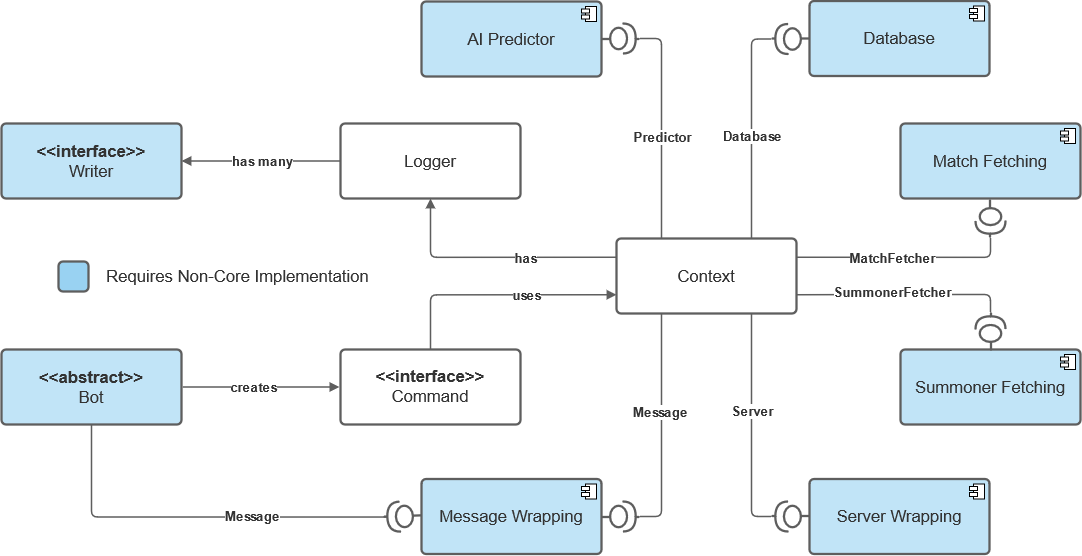
Before: docs/img/components.png, a diagram exported from draw.io (ajoscram/Jupi-Zordon-3400). Source tidied: cells renumbered, new cells last; positions are measured from the earlier drawing's top-left corner, leaving out a move shared by most shapes.
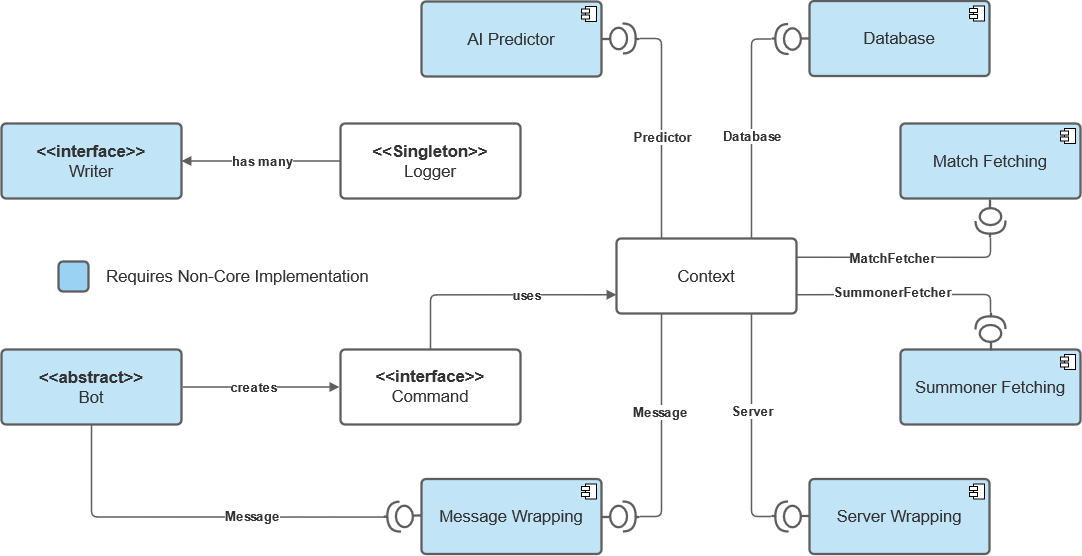
After the commit.

Commit message:
Changed Logger to an abstract singleton-like class

The edit, as a diff of the source:
```diff
@@ -232,21 +232,9 @@
     <mxCell id="64" style="line;whiteSpace=wrap;fontSize=13;spacing=0;strokeColor=#5e5e5e;strokeOpacity=100;rounded=1;absoluteArcSize=1;arcSize=9;rotation=-182;strokeWidth=2.3;" parent="61" vertex="1">
       <mxGeometry x="0.9" y="0.5" width="3.8" height="1" relative="1" as="geometry" />
     </mxCell>
-    <mxCell id="65" value="Logger" style="html=1;overflow=block;blockSpacing=1;whiteSpace=wrap;whiteSpace=wrap;fontSize=16.7;fontColor=#333333;spacing=3.8;strokeColor=#5e5e5e;strokeOpacity=100;rounded=1;absoluteArcSize=1;arcSize=9;strokeWidth=2.3;fillColor=#FFFFFF;" parent="1" vertex="1">
+    <mxCell id="65" value="&lt;b&gt;&amp;lt;&amp;lt;Singleton&amp;gt;&amp;gt;&lt;/b&gt;&lt;br&gt;Logger" style="html=1;overflow=block;blockSpacing=1;whiteSpace=wrap;whiteSpace=wrap;fontSize=16.7;fontColor=#333333;spacing=3.8;strokeColor=#5e5e5e;strokeOpacity=100;rounded=1;absoluteArcSize=1;arcSize=9;strokeWidth=2.3;fillColor=#FFFFFF;" parent="1" vertex="1">
       <mxGeometry x="339" y="123" width="180" height="75" as="geometry" />
     </mxCell>
-    <mxCell id="66" style="html=1;jettySize=18;whiteSpace=wrap;fontSize=13;strokeColor=#5E5E5E;strokeWidth=1.5;rounded=1;arcSize=12;edgeStyle=orthogonalEdgeStyle;startArrow=none;endArrow=block;endFill=1;exitX=0;exitY=0.25;exitDx=0;exitDy=0;entryX=0.5;entryY=1;entryDx=0;entryDy=0;" parent="1" edge="1" source="8" target="65">
-      <mxGeometry relative="1" as="geometry">
-        <Array as="points">
-          <mxPoint x="429" y="257" />
-        </Array>
-      </mxGeometry>
-    </mxCell>
-    <mxCell id="67" value="has" style="text;html=1;labelBackgroundColor=#ffffff;align=center;verticalAlign=middle;fontStyle=1;fontColor=#333333;fontSize=13.3;" parent="66" vertex="1">
-      <mxGeometry relative="1" as="geometry">
-        <mxPoint x="30" as="offset" />
-      </mxGeometry>
-    </mxCell>
     <mxCell id="68" value="&lt;b&gt;&amp;lt;&amp;lt;interface&amp;gt;&amp;gt;&lt;/b&gt;&lt;br&gt;Writer" style="html=1;overflow=block;blockSpacing=1;whiteSpace=wrap;whiteSpace=wrap;fontSize=16.7;fontColor=#333333;spacing=3.8;strokeColor=#5e5e5e;strokeOpacity=100;rounded=1;absoluteArcSize=1;arcSize=9;strokeWidth=2.3;fillColor=#C1E4F7;" parent="1" vertex="1">
       <mxGeometry y="123" width="180" height="75" as="geometry" />
     </mxCell>
```
